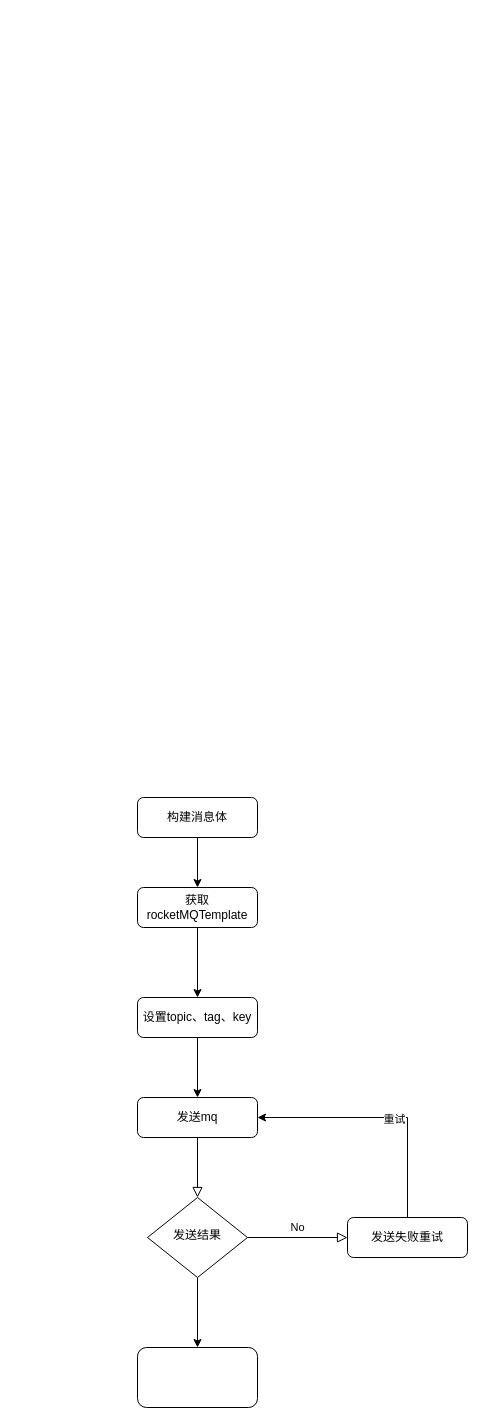
Before: rocketmq.drawio in yuanzhizhang/yuanzhizhang, a draw.io diagram. Source tidied: cells renumbered, new cells numbered last; positions are measured from the earlier drawing's top-left corner, leaving out a move shared by most shapes. Both pictures are drawn from the tidied source at 100%, with x=0, y=0 at pixel (137, 797).
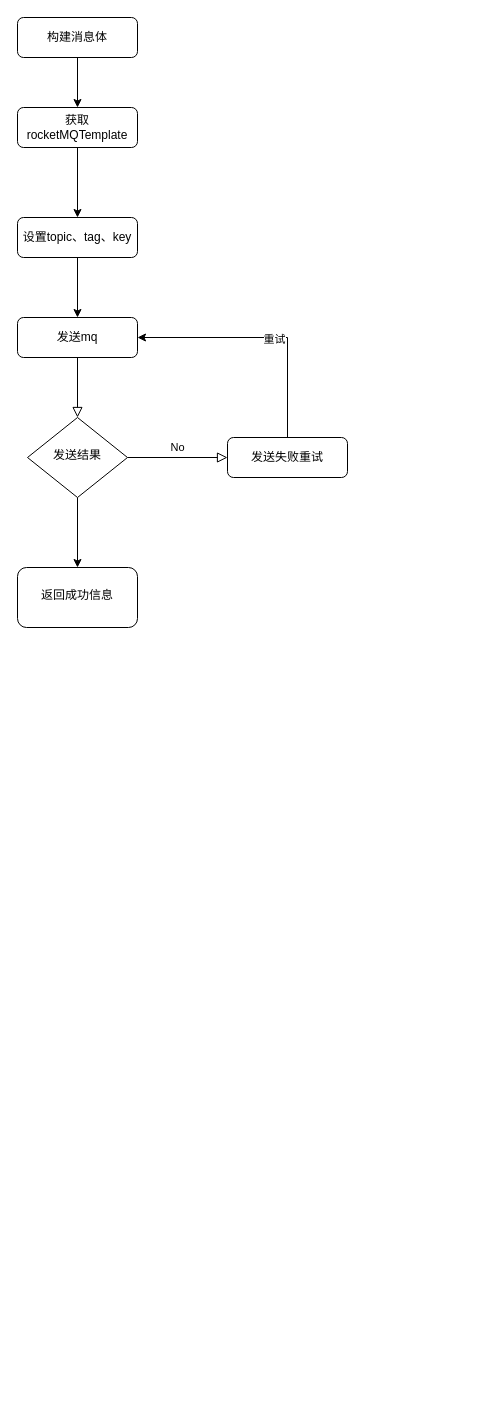
The same page after the edit.

Diff of the diagram source:
```diff
@@
+    <mxCell id="18" style="group;" parent="1" vertex="1">
+      <mxGeometry x="-120" y="-780" width="330" height="610" as="geometry" />
+    </mxCell>
-    <mxCell id="2" style="rounded=0;html=1;jettySize=auto;fontSize=11;endArrow=block;endFill=0;endSize=8;strokeWidth=1;shadow=0;labelBackgroundColor=none;edgeStyle=orthogonalEdgeStyle;" parent="1" edge="1" source="3" target="6">
+    <mxCell id="2" style="rounded=0;html=1;jettySize=auto;fontSize=11;endArrow=block;endFill=0;endSize=8;strokeWidth=1;shadow=0;labelBackgroundColor=none;edgeStyle=orthogonalEdgeStyle;" parent="18" edge="1" source="3" target="6">
       <mxGeometry relative="1" as="geometry" />
     </mxCell>
-    <mxCell id="3" value="发送mq" style="rounded=1;whiteSpace=wrap;html=1;fontSize=12;glass=0;strokeWidth=1;shadow=0;" parent="1" vertex="1">
+    <mxCell id="3" value="发送mq" style="rounded=1;whiteSpace=wrap;html=1;fontSize=12;glass=0;strokeWidth=1;shadow=0;" parent="18" vertex="1">
       <mxGeometry y="300" width="120" height="40" as="geometry" />
     </mxCell>
-    <mxCell id="4" value="No" style="edgeStyle=orthogonalEdgeStyle;rounded=0;html=1;jettySize=auto;fontSize=11;endArrow=block;endFill=0;endSize=8;strokeWidth=1;shadow=0;labelBackgroundColor=none;" parent="1" edge="1" source="6" target="9">
+    <mxCell id="4" value="No" style="edgeStyle=orthogonalEdgeStyle;rounded=0;html=1;jettySize=auto;fontSize=11;endArrow=block;endFill=0;endSize=8;strokeWidth=1;shadow=0;labelBackgroundColor=none;" parent="18" edge="1" source="6" target="9">
       <mxGeometry y="10" relative="1" as="geometry" />
     </mxCell>
-    <mxCell id="5" style="edgeStyle=orthogonalEdgeStyle;rounded=0;jettySize=auto;html=1;" parent="1" edge="1" source="6" target="17">
+    <mxCell id="5" style="edgeStyle=orthogonalEdgeStyle;rounded=0;jettySize=auto;html=1;" parent="18" edge="1" source="6" target="17">
       <mxGeometry relative="1" as="geometry" />
     </mxCell>
-    <mxCell id="6" value="发送结果" style="rhombus;whiteSpace=wrap;html=1;shadow=0;fontFamily=Helvetica;fontSize=12;align=center;strokeWidth=1;spacing=6;spacingTop=-4;" parent="1" vertex="1">
+    <mxCell id="6" value="发送结果" style="rhombus;whiteSpace=wrap;html=1;shadow=0;fontFamily=Helvetica;fontSize=12;align=center;strokeWidth=1;spacing=6;spacingTop=-4;" parent="18" vertex="1">
       <mxGeometry x="10" y="400" width="100" height="80" as="geometry" />
     </mxCell>
-    <mxCell id="7" style="edgeStyle=orthogonalEdgeStyle;rounded=0;jettySize=auto;html=1;entryX=1;entryY=0.5;entryDx=0;entryDy=0;" parent="1" edge="1" source="9" target="3">
+    <mxCell id="7" style="edgeStyle=orthogonalEdgeStyle;rounded=0;jettySize=auto;html=1;entryX=1;entryY=0.5;entryDx=0;entryDy=0;" parent="18" edge="1" source="9" target="3">
       <mxGeometry relative="1" as="geometry">
         <Array as="points">
           <mxPoint x="270" y="320" />
         </Array>
       </mxGeometry>
     </mxCell>
@@
-    <mxCell id="9" value="发送失败重试" style="rounded=1;whiteSpace=wrap;html=1;fontSize=12;glass=0;strokeWidth=1;shadow=0;" parent="1" vertex="1">
+    <mxCell id="9" value="发送失败重试" style="rounded=1;whiteSpace=wrap;html=1;fontSize=12;glass=0;strokeWidth=1;shadow=0;" parent="18" vertex="1">
       <mxGeometry x="210" y="420" width="120" height="40" as="geometry" />
     </mxCell>
-    <mxCell id="10" style="edgeStyle=orthogonalEdgeStyle;rounded=0;jettySize=auto;html=1;" parent="1" edge="1" source="11" target="13">
+    <mxCell id="10" style="edgeStyle=orthogonalEdgeStyle;rounded=0;jettySize=auto;html=1;" parent="18" edge="1" source="11" target="13">
       <mxGeometry relative="1" as="geometry" />
     </mxCell>
-    <mxCell id="11" value="构建消息体" style="rounded=1;whiteSpace=wrap;html=1;fontSize=12;glass=0;strokeWidth=1;shadow=0;" parent="1" vertex="1">
+    <mxCell id="11" value="构建消息体" style="rounded=1;whiteSpace=wrap;html=1;fontSize=12;glass=0;strokeWidth=1;shadow=0;" parent="18" vertex="1">
       <mxGeometry width="120" height="40" as="geometry" />
     </mxCell>
-    <mxCell id="12" style="edgeStyle=orthogonalEdgeStyle;rounded=0;jettySize=auto;html=1;" parent="1" edge="1" source="13" target="15">
+    <mxCell id="12" style="edgeStyle=orthogonalEdgeStyle;rounded=0;jettySize=auto;html=1;" parent="18" edge="1" source="13" target="15">
       <mxGeometry relative="1" as="geometry" />
     </mxCell>
-    <mxCell id="13" value="获取rocketMQTemplate" style="rounded=1;whiteSpace=wrap;html=1;fontSize=12;glass=0;strokeWidth=1;shadow=0;" parent="1" vertex="1">
+    <mxCell id="13" value="获取rocketMQTemplate" style="rounded=1;whiteSpace=wrap;html=1;fontSize=12;glass=0;strokeWidth=1;shadow=0;" parent="18" vertex="1">
       <mxGeometry y="90" width="120" height="40" as="geometry" />
     </mxCell>
-    <mxCell id="14" style="edgeStyle=orthogonalEdgeStyle;rounded=0;jettySize=auto;html=1;" parent="1" edge="1" source="15" target="3">
+    <mxCell id="14" style="edgeStyle=orthogonalEdgeStyle;rounded=0;jettySize=auto;html=1;" parent="18" edge="1" source="15" target="3">
       <mxGeometry relative="1" as="geometry" />
     </mxCell>
-    <mxCell id="15" value="设置topic、tag、key" style="rounded=1;whiteSpace=wrap;html=1;fontSize=12;glass=0;strokeWidth=1;shadow=0;" parent="1" vertex="1">
+    <mxCell id="15" value="设置topic、tag、key" style="rounded=1;whiteSpace=wrap;html=1;fontSize=12;glass=0;strokeWidth=1;shadow=0;" parent="18" vertex="1">
       <mxGeometry y="200" width="120" height="40" as="geometry" />
     </mxCell>
-    <mxCell id="16" style="edgeStyle=orthogonalEdgeStyle;rounded=0;orthogonalLoop=1;jettySize=auto;html=1;exitX=0.5;exitY=1;exitDx=0;exitDy=0;" parent="1" edge="1" source="15" target="15">
+    <mxCell id="16" style="edgeStyle=orthogonalEdgeStyle;rounded=0;orthogonalLoop=1;jettySize=auto;html=1;exitX=0.5;exitY=1;exitDx=0;exitDy=0;" parent="18" edge="1" source="15" target="15">
       <mxGeometry relative="1" as="geometry" />
     </mxCell>
-    <mxCell id="17" style="rounded=1;whiteSpace=wrap;html=1;shadow=0;strokeWidth=1;spacing=6;spacingTop=-4;" parent="1" vertex="1">
+    <mxCell id="17" value="返回成功信息" style="rounded=1;whiteSpace=wrap;html=1;shadow=0;strokeWidth=1;spacing=6;spacingTop=-4;" parent="18" vertex="1">
       <mxGeometry y="550" width="120" height="60" as="geometry" />
     </mxCell>
```
